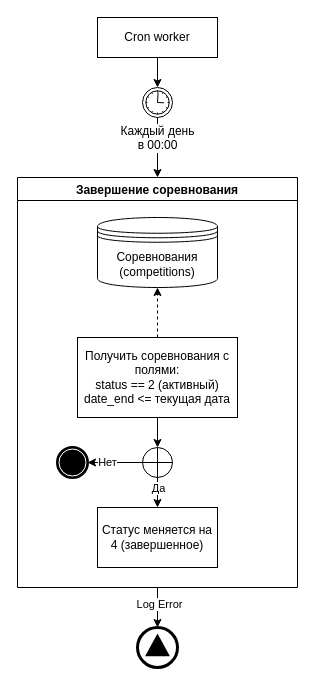
Earlier version of the draw.io diagram page "Автоматическое" (1 of 2) of Завершение соревнования.drawio (aau8/draw.io). Source tidied: cells renumbered, new cells numbered last; positions are measured from the earlier drawing's top-left corner, leaving out a move shared by most shapes. Both pictures are drawn from the tidied source at 100%, with x=0, y=0 at pixel (17, 17).
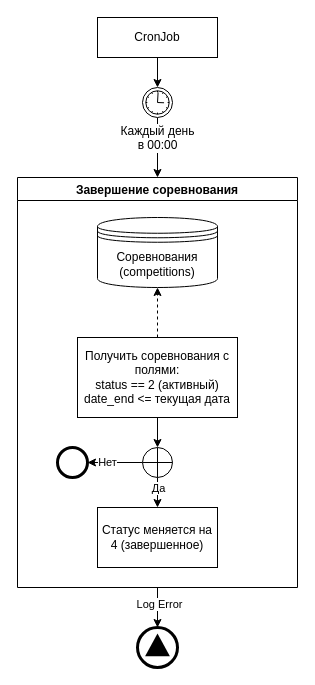
After the change.

The change refers to these unchanged cells:
```xml
<mxCell id="3" value="Завершение соревнования" style="swimlane;" parent="1" vertex="1">
  <mxGeometry y="160" width="280" height="410" as="geometry" />
</mxCell>
<mxCell id="11" style="shape=orEllipse;perimeter=ellipsePerimeter;whiteSpace=wrap;html=1;backgroundOutline=1;" parent="3" vertex="1">
  <mxGeometry x="125" y="270" width="30" height="30" as="geometry" />
</mxCell>
```

Change to the diagram source:
```diff
@@
-    <mxCell id="2" value="Cron worker" style="rounded=0;whiteSpace=wrap;html=1;" parent="1" vertex="1">
+    <mxCell id="2" value="CronJob" style="rounded=0;whiteSpace=wrap;html=1;" parent="1" vertex="1">
       <mxGeometry x="80" width="120" height="40" as="geometry" />
     </mxCell>
@@
-    <mxCell id="9" style="edgeStyle=orthogonalEdgeStyle;rounded=0;jettySize=auto;html=1;" parent="3" edge="1" source="11" target="13">
+    <mxCell id="9" style="edgeStyle=orthogonalEdgeStyle;rounded=0;jettySize=auto;html=1;" parent="3" edge="1" source="11" target="21">
       <mxGeometry relative="1" as="geometry" />
     </mxCell>
@@
-    <mxCell id="13" style="points=[[0.145,0.145,0],[0.5,0,0],[0.855,0.145,0],[1,0.5,0],[0.855,0.855,0],[0.5,1,0],[0.145,0.855,0],[0,0.5,0]];shape=mxgraph.bpmn.event;html=1;verticalLabelPosition=bottom;labelBackgroundColor=#ffffff;verticalAlign=top;align=center;perimeter=ellipsePerimeter;outlineConnect=0;outline=end;symbol=terminate;" parent="3" vertex="1">
-      <mxGeometry x="40" y="270" width="30" height="30" as="geometry" />
-    </mxCell>
@@
+    <mxCell id="21" style="points=[[0.145,0.145,0],[0.5,0,0],[0.855,0.145,0],[1,0.5,0],[0.855,0.855,0],[0.5,1,0],[0.145,0.855,0],[0,0.5,0]];shape=mxgraph.bpmn.event;html=1;verticalLabelPosition=bottom;labelBackgroundColor=#ffffff;verticalAlign=top;align=center;perimeter=ellipsePerimeter;outlineConnect=0;outline=end;symbol=terminate2;" parent="3" vertex="1">
+      <mxGeometry x="40" y="270" width="30" height="30" as="geometry" />
+    </mxCell>
```
